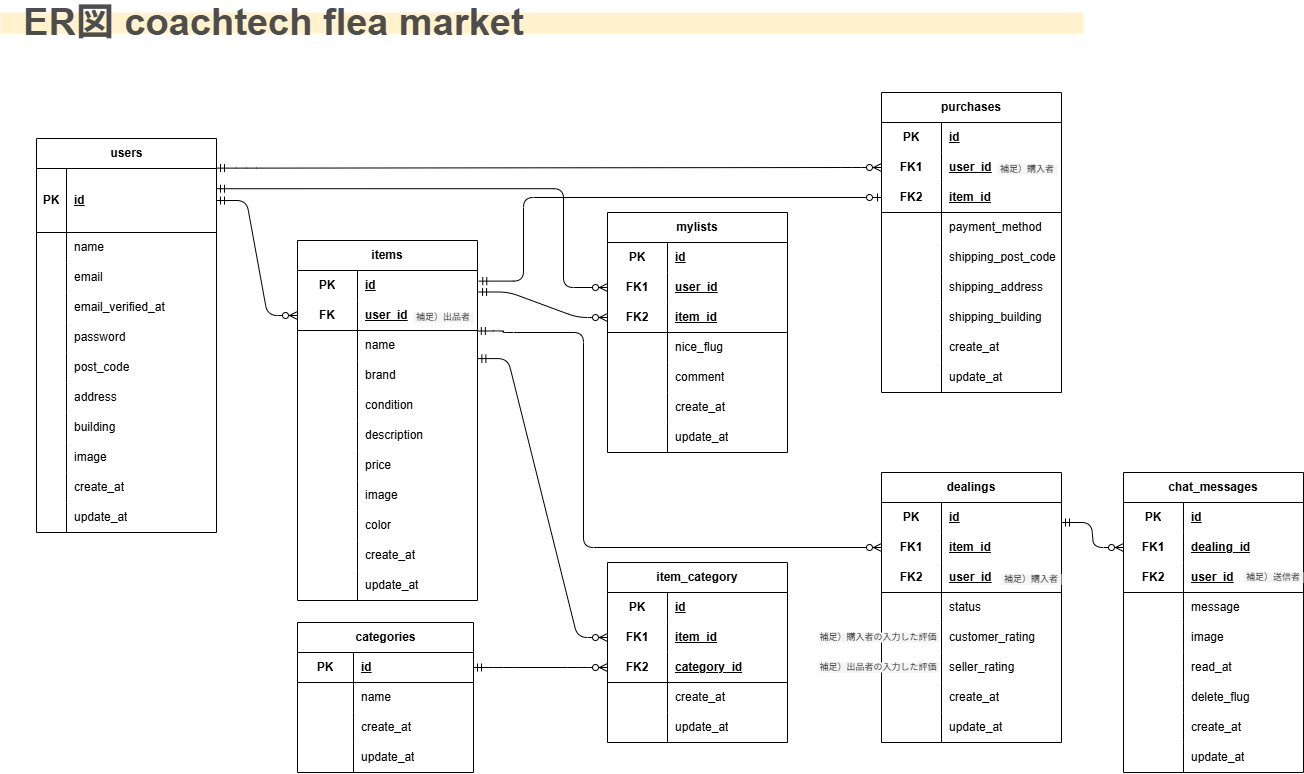
The draw.io diagram ERD.drawio.png in subaru-tm/coachtech-flea-market, before a commit. Source tidied: cells renumbered, new cells last; positions are measured from the earlier drawing's top-left corner, leaving out a move shared by most shapes.
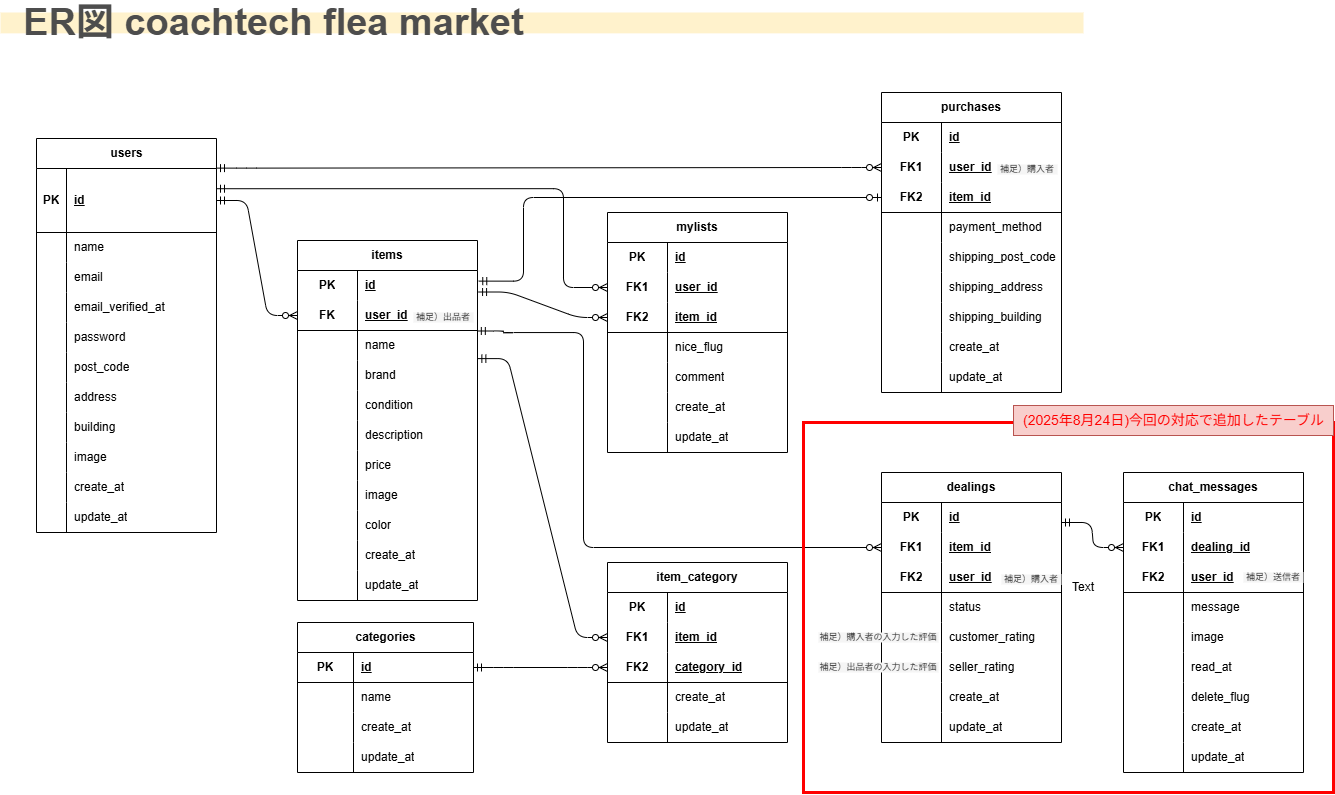
The same file after the commit.

Change to the diagram source:
```diff
@@ -669,5 +669,14 @@
     <mxCell id="217" value="補足）出品者の入力した評価" style="text;html=1;align=center;verticalAlign=middle;whiteSpace=wrap;rounded=0;fillColor=#f5f5f5;fontColor=#333333;strokeColor=none;fontSize=9;" parent="1" vertex="1">
       <mxGeometry x="818" y="650" width="120" height="10" as="geometry" />
     </mxCell>
+    <mxCell id="218" style="rounded=0;whiteSpace=wrap;html=1;fillColor=none;strokeColor=#FF0000;strokeWidth=3;fontColor=default;" parent="1" vertex="1">
+      <mxGeometry x="803" y="410" width="530" height="370" as="geometry" />
+    </mxCell>
+    <mxCell id="219" value="Text" style="text;strokeColor=none;align=center;fillColor=none;html=1;verticalAlign=middle;whiteSpace=wrap;rounded=0;" parent="1" vertex="1">
+      <mxGeometry x="1053" y="560" width="60" height="30" as="geometry" />
+    </mxCell>
+    <mxCell id="220" value="&lt;span&gt;(2025年8月24日)今回の対応で追加したテーブル&lt;/span&gt;" style="text;html=1;align=center;verticalAlign=middle;strokeColor=#b85450;fillColor=#f8cecc;labelBackgroundColor=none;fontColor=#FF0000;fontSize=14;" parent="1" vertex="1">
+      <mxGeometry x="1013" y="393" width="320" height="30" as="geometry" />
+    </mxCell>
   </root>
 </mxGraphModel>
```
